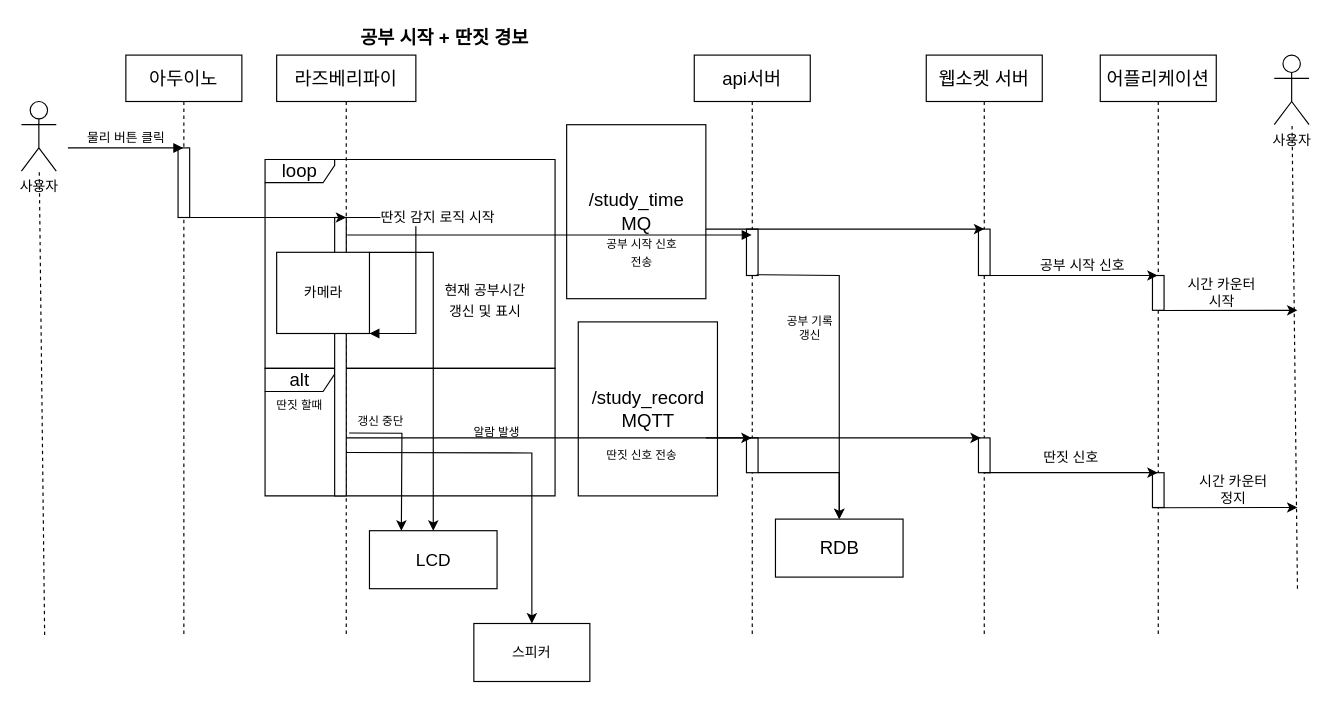
Above: page "공부 시작+딴짓 경보" (3 of 11) of doc/UML.drawio in veryneuron/study_mate_project (draw.io), before the change. Source tidied: cells renumbered, new cells numbered last; positions are measured from the earlier drawing's top-left corner, leaving out a move shared by most shapes. Both pictures are drawn from the tidied source at 116%, with x=0, y=0 at pixel (21, 20).
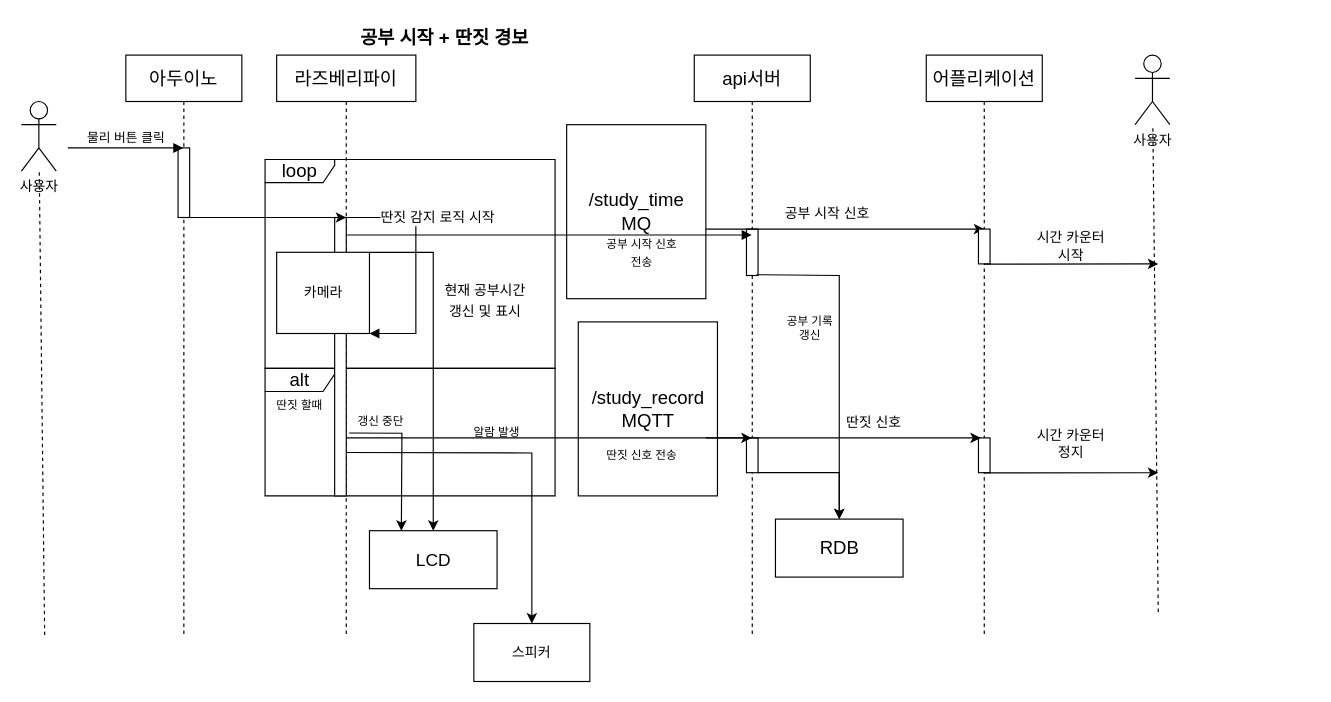
The same diagram, later.

The edit, as a diff of the source:
```diff
@@
-    <mxCell id="37" value="웹소켓 서버" style="shape=umlLifeline;perimeter=lifelinePerimeter;whiteSpace=wrap;html=1;outlineConnect=0;fontSize=16;" parent="1" vertex="1">
-      <mxGeometry x="780" y="30" width="100" height="500" as="geometry" />
-    </mxCell>
-    <mxCell id="38" style="html=1;perimeter=orthogonalPerimeter;" parent="37" vertex="1">
-      <mxGeometry x="45" y="150" width="10" height="40" as="geometry" />
-    </mxCell>
-    <mxCell id="39" style="html=1;perimeter=orthogonalPerimeter;fontSize=16;" parent="37" vertex="1">
-      <mxGeometry x="45" y="330" width="10" height="30" as="geometry" />
-    </mxCell>
@@
     <mxCell id="41" value="어플리케이션" style="shape=umlLifeline;perimeter=lifelinePerimeter;whiteSpace=wrap;html=1;outlineConnect=0;fontSize=16;" parent="1" vertex="1">
-      <mxGeometry x="930" y="30" width="100" height="500" as="geometry" />
+      <mxGeometry x="780" y="30" width="100" height="500" as="geometry" />
     </mxCell>
     <mxCell id="42" style="html=1;points=[];perimeter=orthogonalPerimeter;" parent="41" vertex="1">
-      <mxGeometry x="45" y="190" width="10" height="30" as="geometry" />
+      <mxGeometry x="45" y="150" width="10" height="30" as="geometry" />
     </mxCell>
     <mxCell id="43" style="html=1;perimeter=orthogonalPerimeter;fontSize=16;" parent="41" vertex="1">
-      <mxGeometry x="45" y="360" width="10" height="30" as="geometry" />
+      <mxGeometry x="45" y="330" width="10" height="30" as="geometry" />
     </mxCell>
     <mxCell id="44" value="&lt;font style=&quot;font-size: 12px;&quot;&gt;공부 시작 신호&lt;/font&gt;" style="text;html=1;strokeColor=none;fillColor=none;align=center;verticalAlign=middle;whiteSpace=wrap;rounded=0;fontSize=16;" parent="1" vertex="1">
-      <mxGeometry x="870" y="195" width="90" height="30" as="geometry" />
+      <mxGeometry x="650" y="150" width="90" height="30" as="geometry" />
     </mxCell>
@@
-    <mxCell id="46" style="endArrow=classic;html=1;rounded=0;fontSize=16;" parent="1" edge="1" source="37" target="41">
-      <mxGeometry relative="1" as="geometry">
-        <Array as="points">
-          <mxPoint x="870" y="220" />
-        </Array>
-      </mxGeometry>
-    </mxCell>
-    <mxCell id="47" style="endArrow=classic;html=1;rounded=0;fontSize=16;" parent="1" edge="1" source="37" target="41">
-      <mxGeometry relative="1" as="geometry">
-        <Array as="points">
-          <mxPoint x="890" y="390" />
-        </Array>
-      </mxGeometry>
-    </mxCell>
     <mxCell id="48" value="&lt;span style=&quot;font-size: 12px;&quot;&gt;딴짓 신호&lt;/span&gt;" style="text;html=1;strokeColor=none;fillColor=none;align=center;verticalAlign=middle;whiteSpace=wrap;rounded=0;fontSize=16;" parent="1" vertex="1">
-      <mxGeometry x="860" y="360" width="90" height="30" as="geometry" />
+      <mxGeometry x="690" y="330" width="90" height="30" as="geometry" />
     </mxCell>
     <mxCell id="49" value="사용자" style="shape=umlActor;verticalLabelPosition=bottom;verticalAlign=top;html=1;" parent="1" vertex="1">
-      <mxGeometry x="1080" y="30" width="30" height="60" as="geometry" />
+      <mxGeometry x="960" y="30" width="30" height="60" as="geometry" />
     </mxCell>
     <mxCell id="50" style="endArrow=none;dashed=1;html=1;rounded=0;fontSize=10;" parent="1" edge="1" target="49">
       <mxGeometry relative="1" as="geometry">
-        <mxPoint x="1100" y="490" as="sourcePoint" />
+        <mxPoint x="980" y="510" as="sourcePoint" />
       </mxGeometry>
     </mxCell>
     <mxCell id="51" style="endArrow=classic;html=1;rounded=0;fontSize=12;exitX=0.5;exitY=1.006;exitDx=0;exitDy=0;exitPerimeter=0;" parent="1" edge="1" source="42">
       <mxGeometry relative="1" as="geometry">
-        <mxPoint x="1100" y="250" as="targetPoint" />
+        <mxPoint x="980" y="210" as="targetPoint" />
       </mxGeometry>
     </mxCell>
     <mxCell id="52" value="시간 카운터 시작" style="text;html=1;strokeColor=none;fillColor=none;align=center;verticalAlign=middle;whiteSpace=wrap;rounded=0;fontSize=12;" parent="1" vertex="1">
-      <mxGeometry x="1000" y="220" width="70" height="30" as="geometry" />
+      <mxGeometry x="870" y="180" width="70" height="30" as="geometry" />
     </mxCell>
     <mxCell id="53" style="endArrow=classic;html=1;rounded=0;fontSize=12;exitX=0.5;exitY=1.006;exitDx=0;exitDy=0;exitPerimeter=0;" parent="1" edge="1">
       <mxGeometry relative="1" as="geometry">
-        <mxPoint x="975" y="420.2" as="sourcePoint" />
-        <mxPoint x="1100" y="420" as="targetPoint" />
+        <mxPoint x="830" y="390.2" as="sourcePoint" />
+        <mxPoint x="980" y="390" as="targetPoint" />
       </mxGeometry>
     </mxCell>
     <mxCell id="54" value="시간 카운터 정지" style="text;html=1;strokeColor=none;fillColor=none;align=center;verticalAlign=middle;whiteSpace=wrap;rounded=0;fontSize=12;" parent="1" vertex="1">
-      <mxGeometry x="1010" y="390" width="70" height="30" as="geometry" />
+      <mxGeometry x="870" y="350" width="70" height="30" as="geometry" />
     </mxCell>
```
